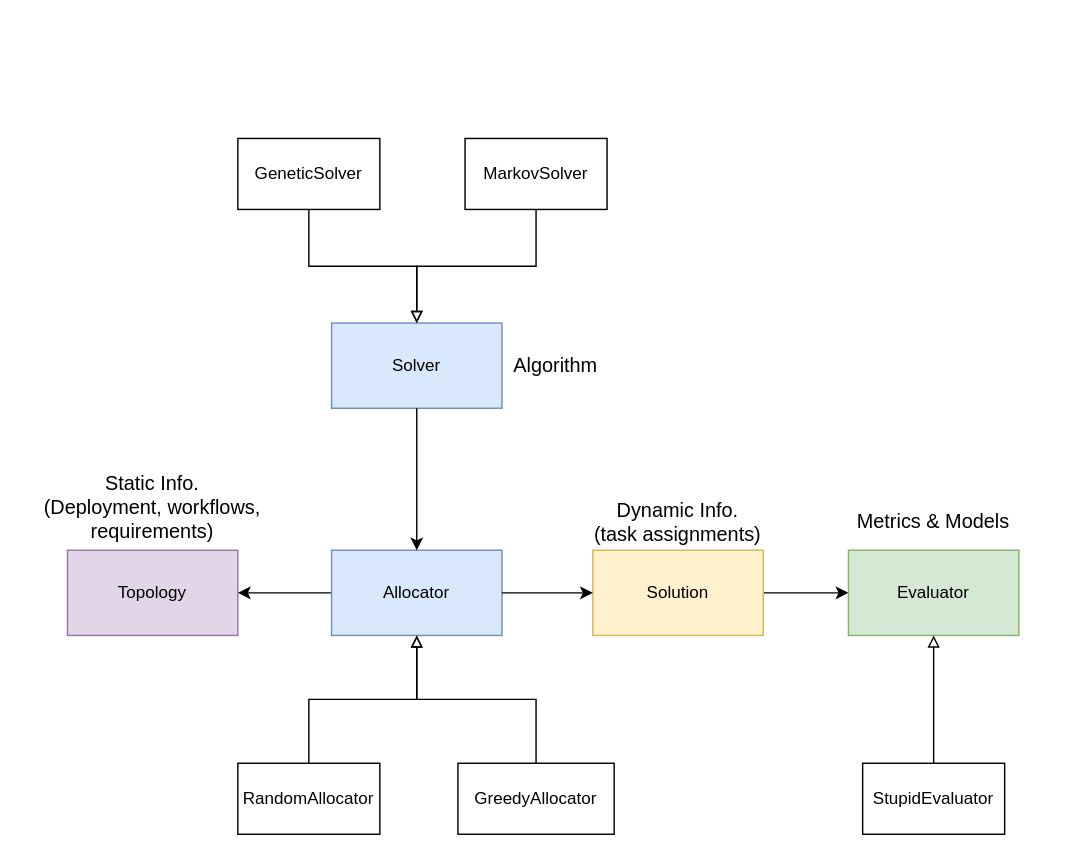
The draw.io diagram Structure.drawio in experien/DroneTaskAllococation, before the edit. Source tidied: cells renumbered, new cells numbered last; positions are measured from the earlier drawing's top-left corner, leaving out a move shared by most shapes. Both pictures are drawn from the tidied source at 142%, with x=0, y=0 at pixel (24, 138).
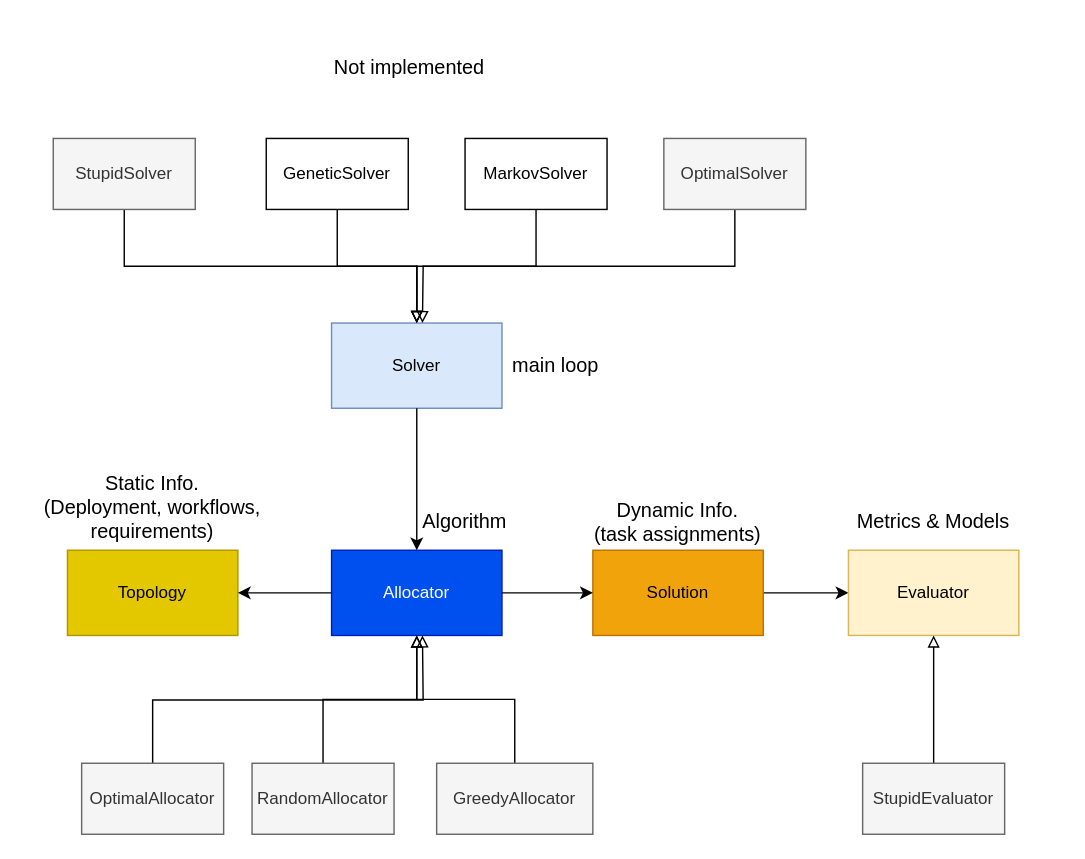
After the change.

Unchanged cells that the change refers to:
```xml
<mxCell id="8" value="Solver" style="rounded=0;whiteSpace=wrap;html=1;fillColor=#dae8fc;strokeColor=#6c8ebf;" parent="1" vertex="1">
  <mxGeometry x="216" y="130" width="120" height="60" as="geometry" />
</mxCell>
```

The edit, as a diff of the source:
```diff
@@
-    <mxCell id="2" value="Topology" style="rounded=0;whiteSpace=wrap;html=1;fillColor=#e1d5e7;strokeColor=#9673a6;" parent="1" vertex="1">
+    <mxCell id="2" value="Topology" style="rounded=0;whiteSpace=wrap;html=1;fillColor=#e3c800;strokeColor=#B09500;fontColor=#000000;" parent="1" vertex="1">
       <mxGeometry x="30" y="290" width="120" height="60" as="geometry" />
     </mxCell>
@@
-    <mxCell id="4" value="Solution" style="rounded=0;whiteSpace=wrap;html=1;fillColor=#fff2cc;strokeColor=#d6b656;" parent="1" vertex="1">
+    <mxCell id="4" value="Solution" style="rounded=0;whiteSpace=wrap;html=1;fillColor=#f0a30a;strokeColor=#BD7000;fontColor=#000000;" parent="1" vertex="1">
       <mxGeometry x="400" y="290" width="120" height="60" as="geometry" />
     </mxCell>
-    <mxCell id="5" value="Evaluator" style="rounded=0;whiteSpace=wrap;html=1;fillColor=#d5e8d4;strokeColor=#82b366;" parent="1" vertex="1">
+    <mxCell id="5" value="Evaluator" style="rounded=0;whiteSpace=wrap;html=1;fillColor=#fff2cc;strokeColor=#d6b656;" parent="1" vertex="1">
       <mxGeometry x="580" y="290" width="120" height="60" as="geometry" />
     </mxCell>
@@
-    <mxCell id="7" value="Allocator" style="rounded=0;whiteSpace=wrap;html=1;fillColor=#dae8fc;strokeColor=#6c8ebf;" parent="1" vertex="1">
+    <mxCell id="7" value="Allocator" style="rounded=0;whiteSpace=wrap;html=1;fillColor=#0050ef;strokeColor=#001DBC;fontColor=#ffffff;" parent="1" vertex="1">
       <mxGeometry x="216" y="290" width="120" height="60" as="geometry" />
     </mxCell>
@@
-    <mxCell id="12" value="RandomAllocator" style="rounded=0;whiteSpace=wrap;html=1;" parent="1" vertex="1">
-      <mxGeometry x="150" y="440" width="100" height="50" as="geometry" />
+    <mxCell id="12" value="RandomAllocator" style="rounded=0;whiteSpace=wrap;html=1;fillColor=#f5f5f5;strokeColor=#666666;fontColor=#333333;" parent="1" vertex="1">
+      <mxGeometry x="160" y="440" width="100" height="50" as="geometry" />
     </mxCell>
@@
-    <mxCell id="14" value="GreedyAllocator" style="rounded=0;whiteSpace=wrap;html=1;" parent="1" vertex="1">
-      <mxGeometry x="305" y="440" width="110" height="50" as="geometry" />
+    <mxCell id="14" value="GreedyAllocator" style="rounded=0;whiteSpace=wrap;html=1;fillColor=#f5f5f5;strokeColor=#666666;fontColor=#333333;" parent="1" vertex="1">
+      <mxGeometry x="290" y="440" width="110" height="50" as="geometry" />
     </mxCell>
@@
     <mxCell id="18" value="GeneticSolver" style="rounded=0;whiteSpace=wrap;html=1;" parent="1" vertex="1">
-      <mxGeometry x="150" width="100" height="50" as="geometry" />
+      <mxGeometry x="170" width="100" height="50" as="geometry" />
     </mxCell>
@@
-    <mxCell id="20" value="StupidEvaluator" style="rounded=0;whiteSpace=wrap;html=1;" parent="1" vertex="1">
+    <mxCell id="20" value="StupidEvaluator" style="rounded=0;whiteSpace=wrap;html=1;fillColor=#f5f5f5;strokeColor=#666666;fontColor=#333333;" parent="1" vertex="1">
       <mxGeometry x="590" y="440" width="100" height="50" as="geometry" />
     </mxCell>
@@
-    <mxCell id="23" value="Algorithm" style="text;html=1;strokeColor=none;fillColor=none;align=center;verticalAlign=middle;whiteSpace=wrap;rounded=0;fontSize=14;" parent="1" vertex="1">
+    <mxCell id="23" value="main loop" style="text;html=1;strokeColor=none;fillColor=none;align=center;verticalAlign=middle;whiteSpace=wrap;rounded=0;fontSize=14;" parent="1" vertex="1">
       <mxGeometry x="284" y="130" width="180" height="60" as="geometry" />
     </mxCell>
@@
+    <mxCell id="25" style="edgeStyle=orthogonalEdgeStyle;rounded=0;jettySize=auto;html=1;entryX=0.5;entryY=0;entryDx=0;entryDy=0;exitX=0.5;exitY=1;exitDx=0;exitDy=0;endArrow=block;endFill=0;" parent="1" edge="1" source="26" target="8">
+      <mxGeometry relative="1" as="geometry" />
+    </mxCell>
+    <mxCell id="26" value="StupidSolver" style="rounded=0;whiteSpace=wrap;html=1;fillColor=#f5f5f5;strokeColor=#666666;fontColor=#333333;" parent="1" vertex="1">
+      <mxGeometry x="20" width="100" height="50" as="geometry" />
+    </mxCell>
+    <mxCell id="27" style="edgeStyle=orthogonalEdgeStyle;rounded=0;jettySize=auto;html=1;exitX=0.5;exitY=1;exitDx=0;exitDy=0;endArrow=block;endFill=0;" parent="1" edge="1" source="28">
+      <mxGeometry relative="1" as="geometry">
+        <mxPoint x="280" y="130" as="targetPoint" />
+      </mxGeometry>
+    </mxCell>
+    <mxCell id="28" value="OptimalSolver" style="rounded=0;whiteSpace=wrap;html=1;fillColor=#f5f5f5;strokeColor=#666666;fontColor=#333333;" parent="1" vertex="1">
+      <mxGeometry x="450" width="100" height="50" as="geometry" />
+    </mxCell>
+    <mxCell id="29" value="Algorithm" style="text;html=1;strokeColor=none;fillColor=none;align=center;verticalAlign=middle;whiteSpace=wrap;rounded=0;fontSize=14;" parent="1" vertex="1">
+      <mxGeometry x="220" y="240" width="180" height="60" as="geometry" />
+    </mxCell>
+    <mxCell id="30" style="edgeStyle=orthogonalEdgeStyle;rounded=0;jettySize=auto;html=1;endArrow=block;endFill=0;exitX=0.5;exitY=0;exitDx=0;exitDy=0;" parent="1" edge="1" source="31">
+      <mxGeometry relative="1" as="geometry">
+        <mxPoint x="280" y="350" as="targetPoint" />
+      </mxGeometry>
+    </mxCell>
+    <mxCell id="31" value="OptimalAllocator" style="rounded=0;whiteSpace=wrap;html=1;fillColor=#f5f5f5;strokeColor=#666666;fontColor=#333333;" parent="1" vertex="1">
+      <mxGeometry x="40" y="440" width="100" height="50" as="geometry" />
+    </mxCell>
+    <mxCell id="32" value="Not implemented" style="text;html=1;strokeColor=none;fillColor=none;align=center;verticalAlign=middle;whiteSpace=wrap;rounded=0;fontSize=14;" parent="1" vertex="1">
+      <mxGeometry x="181" y="-80" width="180" height="60" as="geometry" />
+    </mxCell>
```
